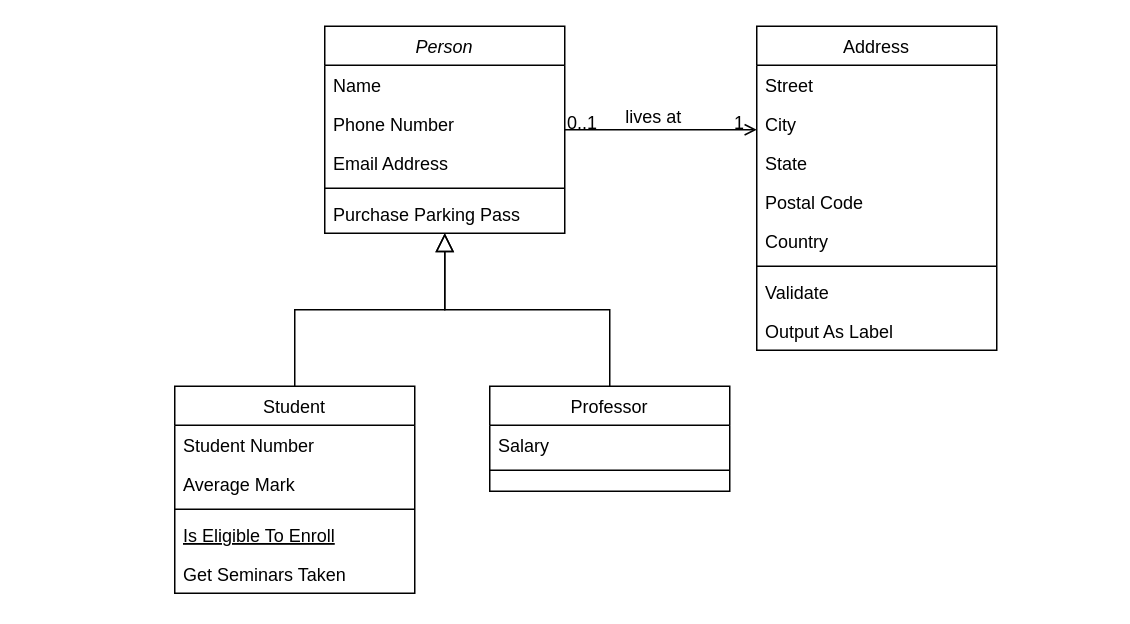
Before: uml/coffee-class.drawio in sevehooker/blockchain-coffee, a draw.io diagram. Source tidied: cells renumbered, new cells numbered last; positions are measured from the earlier drawing's top-left corner, leaving out a move shared by most shapes. Both pictures are drawn from the tidied source at 150%, with x=0, y=0 at pixel (174, 26).
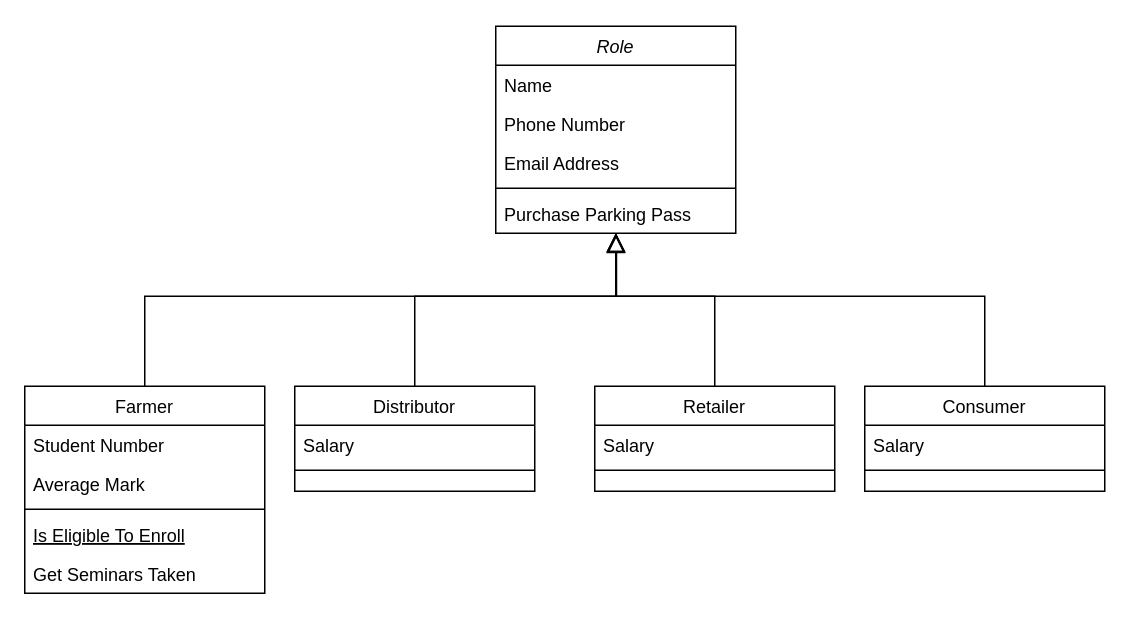
After the change.

Unchanged cells that the change refers to:
```xml
<mxCell id="7" value="Purchase Parking Pass" style="text;align=left;verticalAlign=top;spacingLeft=4;spacingRight=4;overflow=hidden;points=[[0,0.5],[1,0.5]];portConstraint=eastwest;" parent="2" vertex="1">
  <mxGeometry y="112" width="160" height="26" as="geometry" />
</mxCell>
```

What changed in the source:
```diff
@@
-    <mxCell id="2" value="Person" style="swimlane;fontStyle=2;align=center;verticalAlign=top;horizontal=1;startSize=26;rounded=0;shadow=0;strokeWidth=1;" parent="1" vertex="1">
-      <mxGeometry x="100" width="160" height="138" as="geometry" />
+    <mxCell id="2" value="Role" style="swimlane;fontStyle=2;align=center;verticalAlign=top;horizontal=1;startSize=26;rounded=0;shadow=0;strokeWidth=1;" parent="1" vertex="1">
+      <mxGeometry x="214" width="160" height="138" as="geometry" />
     </mxCell>
@@
-    <mxCell id="8" value="Student" style="swimlane;fontStyle=0;align=center;verticalAlign=top;horizontal=1;startSize=26;rounded=0;shadow=0;strokeWidth=1;" parent="1" vertex="1">
-      <mxGeometry y="240" width="160" height="138" as="geometry" />
+    <mxCell id="8" value="Farmer" style="swimlane;fontStyle=0;align=center;verticalAlign=top;horizontal=1;startSize=26;rounded=0;shadow=0;strokeWidth=1;" parent="1" vertex="1">
+      <mxGeometry x="-100" y="240" width="160" height="138" as="geometry" />
     </mxCell>
@@
     <mxCell id="14" style="endArrow=block;endSize=10;endFill=0;shadow=0;strokeWidth=1;rounded=0;edgeStyle=elbowEdgeStyle;elbow=vertical;" parent="1" edge="1" source="8" target="2">
-      <mxGeometry relative="1" as="geometry" />
+      <mxGeometry relative="1" as="geometry">
+        <Array as="points">
+          <mxPoint x="110" y="180" />
+        </Array>
+      </mxGeometry>
     </mxCell>
-    <mxCell id="15" value="Professor" style="swimlane;fontStyle=0;align=center;verticalAlign=top;horizontal=1;startSize=26;rounded=0;shadow=0;strokeWidth=1;" parent="1" vertex="1">
-      <mxGeometry x="210" y="240" width="160" height="70" as="geometry" />
+    <mxCell id="15" value="Distributor" style="swimlane;fontStyle=0;align=center;verticalAlign=top;horizontal=1;startSize=26;rounded=0;shadow=0;strokeWidth=1;" parent="1" vertex="1">
+      <mxGeometry x="80" y="240" width="160" height="70" as="geometry" />
     </mxCell>
@@
     <mxCell id="18" style="endArrow=block;endSize=10;endFill=0;shadow=0;strokeWidth=1;rounded=0;edgeStyle=elbowEdgeStyle;elbow=vertical;" parent="1" edge="1" source="15" target="2">
-      <mxGeometry relative="1" as="geometry" />
+      <mxGeometry relative="1" as="geometry">
+        <Array as="points">
+          <mxPoint x="160" y="180" />
+        </Array>
+      </mxGeometry>
     </mxCell>
-    <mxCell id="19" value="Address" style="swimlane;fontStyle=0;align=center;verticalAlign=top;horizontal=1;startSize=26;rounded=0;shadow=0;strokeWidth=1;" parent="1" vertex="1">
-      <mxGeometry x="388" width="160" height="216" as="geometry" />
-    </mxCell>
-    <mxCell id="20" value="Street" style="text;align=left;verticalAlign=top;spacingLeft=4;spacingRight=4;overflow=hidden;" parent="19" vertex="1">
-      <mxGeometry y="26" width="160" height="26" as="geometry" />
-    </mxCell>
-    <mxCell id="21" value="City" style="text;align=left;verticalAlign=top;spacingLeft=4;spacingRight=4;overflow=hidden;rounded=0;shadow=0;html=0;" parent="19" vertex="1">
-      <mxGeometry y="52" width="160" height="26" as="geometry" />
-    </mxCell>
-    <mxCell id="22" value="State" style="text;align=left;verticalAlign=top;spacingLeft=4;spacingRight=4;overflow=hidden;rounded=0;shadow=0;html=0;" parent="19" vertex="1">
-      <mxGeometry y="78" width="160" height="26" as="geometry" />
-    </mxCell>
-    <mxCell id="23" value="Postal Code" style="text;align=left;verticalAlign=top;spacingLeft=4;spacingRight=4;overflow=hidden;rounded=0;shadow=0;html=0;" parent="19" vertex="1">
-      <mxGeometry y="104" width="160" height="26" as="geometry" />
-    </mxCell>
-    <mxCell id="24" value="Country" style="text;align=left;verticalAlign=top;spacingLeft=4;spacingRight=4;overflow=hidden;rounded=0;shadow=0;html=0;" parent="19" vertex="1">
-      <mxGeometry y="130" width="160" height="26" as="geometry" />
-    </mxCell>
-    <mxCell id="25" style="line;html=1;strokeWidth=1;align=left;verticalAlign=middle;spacingTop=-1;spacingLeft=3;spacingRight=3;labelPosition=right;" parent="19" vertex="1">
-      <mxGeometry y="156" width="160" height="8" as="geometry" />
-    </mxCell>
-    <mxCell id="26" value="Validate" style="text;align=left;verticalAlign=top;spacingLeft=4;spacingRight=4;overflow=hidden;" parent="19" vertex="1">
-      <mxGeometry y="164" width="160" height="26" as="geometry" />
-    </mxCell>
-    <mxCell id="27" value="Output As Label" style="text;align=left;verticalAlign=top;spacingLeft=4;spacingRight=4;overflow=hidden;" parent="19" vertex="1">
-      <mxGeometry y="190" width="160" height="26" as="geometry" />
-    </mxCell>
-    <mxCell id="28" style="endArrow=open;shadow=0;strokeWidth=1;rounded=0;endFill=1;edgeStyle=elbowEdgeStyle;elbow=vertical;" parent="1" edge="1" source="2" target="19">
-      <mxGeometry x="0.5" y="41" relative="1" as="geometry">
-        <mxPoint x="-40" y="32" as="offset" />
-      </mxGeometry>
-    </mxCell>
-    <mxCell id="29" value="0..1" style="align=left;verticalAlign=bottom;labelBackgroundColor=none;fontSize=12;" parent="28" vertex="1">
-      <mxGeometry x="-1" relative="1" as="geometry">
-        <mxPoint y="4" as="offset" />
-      </mxGeometry>
-    </mxCell>
-    <mxCell id="30" value="1" style="align=right;verticalAlign=bottom;labelBackgroundColor=none;fontSize=12;" parent="28" vertex="1">
-      <mxGeometry x="1" relative="1" as="geometry">
-        <mxPoint x="-7" y="4" as="offset" />
-      </mxGeometry>
-    </mxCell>
-    <mxCell id="31" value="lives at" style="text;html=1;align=center;verticalAlign=middle;labelBackgroundColor=none;rounded=0;shadow=0;strokeWidth=1;fontSize=12;" parent="28" vertex="1">
-      <mxGeometry x="0.5" y="49" relative="1" as="geometry">
-        <mxPoint x="-38" y="40" as="offset" />
-      </mxGeometry>
-    </mxCell>
+    <mxCell id="32" style="edgeStyle=orthogonalEdgeStyle;shape=connector;rounded=0;jettySize=auto;html=1;exitX=0.5;exitY=0;exitDx=0;exitDy=0;shadow=0;labelBackgroundColor=default;fontFamily=Helvetica;fontSize=11;fontColor=default;startArrow=none;startFill=0;endArrow=block;endFill=0;startSize=6;endSize=10;strokeColor=default;strokeWidth=1;elbow=vertical;entryX=0.503;entryY=1.016;entryDx=0;entryDy=0;entryPerimeter=0;" parent="1" edge="1" source="33" target="7">
+      <mxGeometry relative="1" as="geometry">
+        <Array as="points">
+          <mxPoint x="540" y="180" />
+          <mxPoint x="294" y="180" />
+        </Array>
+      </mxGeometry>
+    </mxCell>
+    <mxCell id="33" value="Consumer" style="swimlane;fontStyle=0;align=center;verticalAlign=top;horizontal=1;startSize=26;rounded=0;shadow=0;strokeWidth=1;" parent="1" vertex="1">
+      <mxGeometry x="460" y="240" width="160" height="70" as="geometry" />
+    </mxCell>
+    <mxCell id="34" value="Salary" style="text;align=left;verticalAlign=top;spacingLeft=4;spacingRight=4;overflow=hidden;" parent="33" vertex="1">
+      <mxGeometry y="26" width="160" height="26" as="geometry" />
+    </mxCell>
+    <mxCell id="35" style="line;html=1;strokeWidth=1;align=left;verticalAlign=middle;spacingTop=-1;spacingLeft=3;spacingRight=3;labelPosition=right;" parent="33" vertex="1">
+      <mxGeometry y="52" width="160" height="8" as="geometry" />
+    </mxCell>
+    <mxCell id="36" style="edgeStyle=orthogonalEdgeStyle;rounded=0;jettySize=auto;html=1;exitX=0.5;exitY=0;exitDx=0;exitDy=0;labelBackgroundColor=default;fontFamily=Helvetica;fontSize=11;startArrow=none;startFill=0;endArrow=block;endFill=0;startSize=6;endSize=10;strokeColor=default;elbow=vertical;shadow=0;strokeWidth=1;entryX=0.5;entryY=1.026;entryDx=0;entryDy=0;entryPerimeter=0;" parent="1" edge="1" source="37" target="7">
+      <mxGeometry relative="1" as="geometry">
+        <Array as="points">
+          <mxPoint x="360" y="180" />
+          <mxPoint x="294" y="180" />
+        </Array>
+      </mxGeometry>
+    </mxCell>
+    <mxCell id="37" value="Retailer" style="swimlane;fontStyle=0;align=center;verticalAlign=top;horizontal=1;startSize=26;rounded=0;shadow=0;strokeWidth=1;" parent="1" vertex="1">
+      <mxGeometry x="280" y="240" width="160" height="70" as="geometry" />
+    </mxCell>
+    <mxCell id="38" value="Salary" style="text;align=left;verticalAlign=top;spacingLeft=4;spacingRight=4;overflow=hidden;" parent="37" vertex="1">
+      <mxGeometry y="26" width="160" height="26" as="geometry" />
+    </mxCell>
+    <mxCell id="39" style="line;html=1;strokeWidth=1;align=left;verticalAlign=middle;spacingTop=-1;spacingLeft=3;spacingRight=3;labelPosition=right;" parent="37" vertex="1">
+      <mxGeometry y="52" width="160" height="8" as="geometry" />
+    </mxCell>
```
